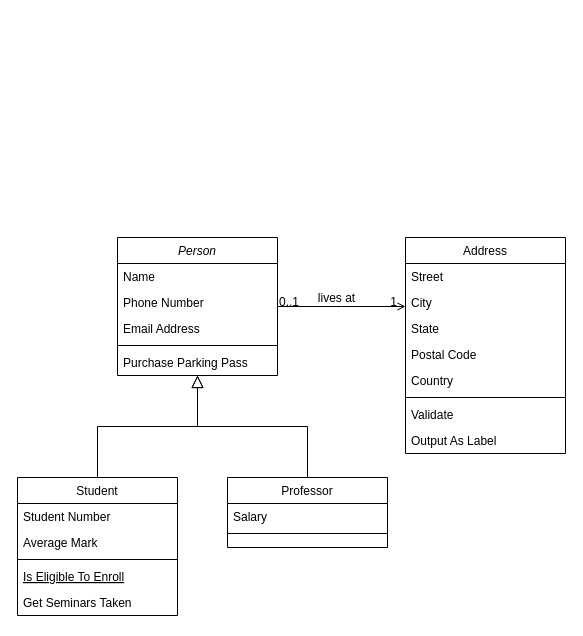
Above: assets/FinalProjectRestaurant.drawio in neorgon/cse210-hw (draw.io), before the change. Source tidied: cells renumbered, new cells numbered last; positions are measured from the earlier drawing's top-left corner, leaving out a move shared by most shapes. Both pictures are drawn from the tidied source at 100%, with x=0, y=0 at pixel (17, 237).
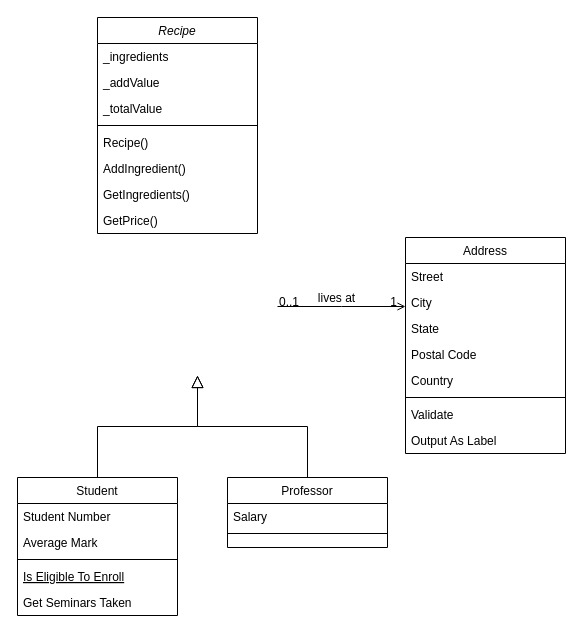
Above is the later version.

Commit message:
Create Recipe class

Unchanged cells that the change refers to:
```xml
<mxCell id="8" value="Student" style="swimlane;fontStyle=0;align=center;verticalAlign=top;horizontal=1;startSize=26;rounded=0;shadow=0;strokeWidth=1;" parent="1" vertex="1">
  <mxGeometry y="240" width="160" height="138" as="geometry" />
</mxCell>
<mxCell id="15" value="Professor" style="swimlane;fontStyle=0;align=center;verticalAlign=top;horizontal=1;startSize=26;rounded=0;shadow=0;strokeWidth=1;" parent="1" vertex="1">
  <mxGeometry x="210" y="240" width="160" height="70" as="geometry" />
</mxCell>
<mxCell id="19" value="Address" style="swimlane;fontStyle=0;align=center;verticalAlign=top;horizontal=1;startSize=26;rounded=0;shadow=0;strokeWidth=1;" parent="1" vertex="1">
  <mxGeometry x="388" width="160" height="216" as="geometry" />
</mxCell>
```

Diff of the diagram source:
```diff
@@
-    <mxCell id="2" value="Person" style="swimlane;fontStyle=2;align=center;verticalAlign=top;horizontal=1;startSize=26;rounded=0;shadow=0;strokeWidth=1;" parent="1" vertex="1">
-      <mxGeometry x="100" width="160" height="138" as="geometry" />
+    <mxCell id="2" value="Recipe" style="swimlane;fontStyle=2;align=center;verticalAlign=top;horizontal=1;startSize=26;rounded=0;shadow=0;strokeWidth=1;" parent="1" vertex="1">
+      <mxGeometry x="80" y="-220" width="160" height="216" as="geometry" />
     </mxCell>
-    <mxCell id="3" value="Name" style="text;align=left;verticalAlign=top;spacingLeft=4;spacingRight=4;overflow=hidden;" parent="2" vertex="1">
+    <mxCell id="3" value="_ingredients" style="text;align=left;verticalAlign=top;spacingLeft=4;spacingRight=4;overflow=hidden;" parent="2" vertex="1">
       <mxGeometry y="26" width="160" height="26" as="geometry" />
     </mxCell>
-    <mxCell id="4" value="Phone Number" style="text;align=left;verticalAlign=top;spacingLeft=4;spacingRight=4;overflow=hidden;rounded=0;shadow=0;html=0;" parent="2" vertex="1">
+    <mxCell id="4" value="_addValue" style="text;align=left;verticalAlign=top;spacingLeft=4;spacingRight=4;overflow=hidden;rounded=0;shadow=0;html=0;" parent="2" vertex="1">
       <mxGeometry y="52" width="160" height="26" as="geometry" />
     </mxCell>
-    <mxCell id="5" value="Email Address" style="text;align=left;verticalAlign=top;spacingLeft=4;spacingRight=4;overflow=hidden;rounded=0;shadow=0;html=0;" parent="2" vertex="1">
+    <mxCell id="5" value="_totalValue" style="text;align=left;verticalAlign=top;spacingLeft=4;spacingRight=4;overflow=hidden;rounded=0;shadow=0;html=0;" parent="2" vertex="1">
       <mxGeometry y="78" width="160" height="26" as="geometry" />
     </mxCell>
@@
-    <mxCell id="7" value="Purchase Parking Pass" style="text;align=left;verticalAlign=top;spacingLeft=4;spacingRight=4;overflow=hidden;" parent="2" vertex="1">
+    <mxCell id="7" value="Recipe()" style="text;align=left;verticalAlign=top;spacingLeft=4;spacingRight=4;overflow=hidden;" parent="2" vertex="1">
       <mxGeometry y="112" width="160" height="26" as="geometry" />
     </mxCell>
+    <mxCell id="32" value="AddIngredient()" style="text;align=left;verticalAlign=top;spacingLeft=4;spacingRight=4;overflow=hidden;" parent="2" vertex="1">
+      <mxGeometry y="138" width="160" height="26" as="geometry" />
+    </mxCell>
+    <mxCell id="33" value="GetIngredients()" style="text;align=left;verticalAlign=top;spacingLeft=4;spacingRight=4;overflow=hidden;" parent="2" vertex="1">
+      <mxGeometry y="164" width="160" height="26" as="geometry" />
+    </mxCell>
+    <mxCell id="34" value="GetPrice()" style="text;align=left;verticalAlign=top;spacingLeft=4;spacingRight=4;overflow=hidden;" parent="2" vertex="1">
+      <mxGeometry y="190" width="160" height="26" as="geometry" />
+    </mxCell>
@@
-    <mxCell id="14" style="endArrow=block;endSize=10;endFill=0;shadow=0;strokeWidth=1;rounded=0;edgeStyle=elbowEdgeStyle;elbow=vertical;" parent="1" edge="1" source="8" target="2">
-      <mxGeometry relative="1" as="geometry" />
+    <mxCell id="14" style="endArrow=block;endSize=10;endFill=0;shadow=0;strokeWidth=1;rounded=0;edgeStyle=elbowEdgeStyle;elbow=vertical;" parent="1" edge="1" source="8">
+      <mxGeometry relative="1" as="geometry">
+        <mxPoint x="180" y="138" as="targetPoint" />
+      </mxGeometry>
     </mxCell>
@@
-    <mxCell id="18" style="endArrow=block;endSize=10;endFill=0;shadow=0;strokeWidth=1;rounded=0;edgeStyle=elbowEdgeStyle;elbow=vertical;" parent="1" edge="1" source="15" target="2">
-      <mxGeometry relative="1" as="geometry" />
+    <mxCell id="18" style="endArrow=block;endSize=10;endFill=0;shadow=0;strokeWidth=1;rounded=0;edgeStyle=elbowEdgeStyle;elbow=vertical;" parent="1" edge="1" source="15">
+      <mxGeometry relative="1" as="geometry">
+        <mxPoint x="180" y="138" as="targetPoint" />
+      </mxGeometry>
     </mxCell>
@@
-    <mxCell id="28" style="endArrow=open;shadow=0;strokeWidth=1;rounded=0;endFill=1;edgeStyle=elbowEdgeStyle;elbow=vertical;" parent="1" edge="1" source="2" target="19">
+    <mxCell id="28" style="endArrow=open;shadow=0;strokeWidth=1;rounded=0;endFill=1;edgeStyle=elbowEdgeStyle;elbow=vertical;" parent="1" edge="1" target="19">
       <mxGeometry x="0.5" y="41" relative="1" as="geometry">
+        <mxPoint x="260" y="69" as="sourcePoint" />
         <mxPoint x="-40" y="32" as="offset" />
       </mxGeometry>
     </mxCell>
```
